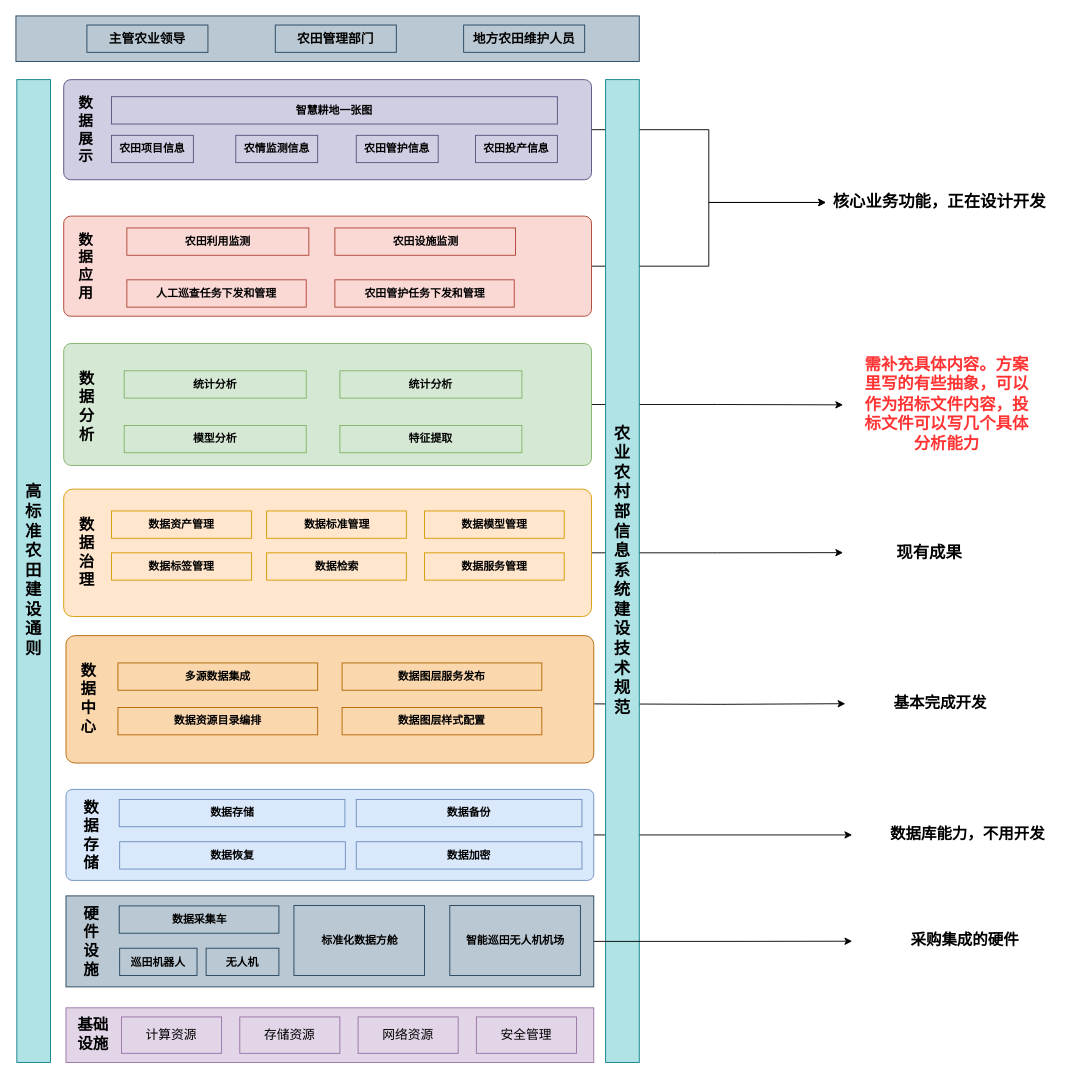
Above: page "第 2 页" (2 of 2) of 陕西项目.drawio in GISering/diagram (draw.io), before the change. Source tidied: cells renumbered, new cells numbered last; positions are measured from the earlier drawing's top-left corner, leaving out a move shared by most shapes. Both pictures are drawn from the tidied source at 91%, with x=0, y=0 at pixel (15, 15).
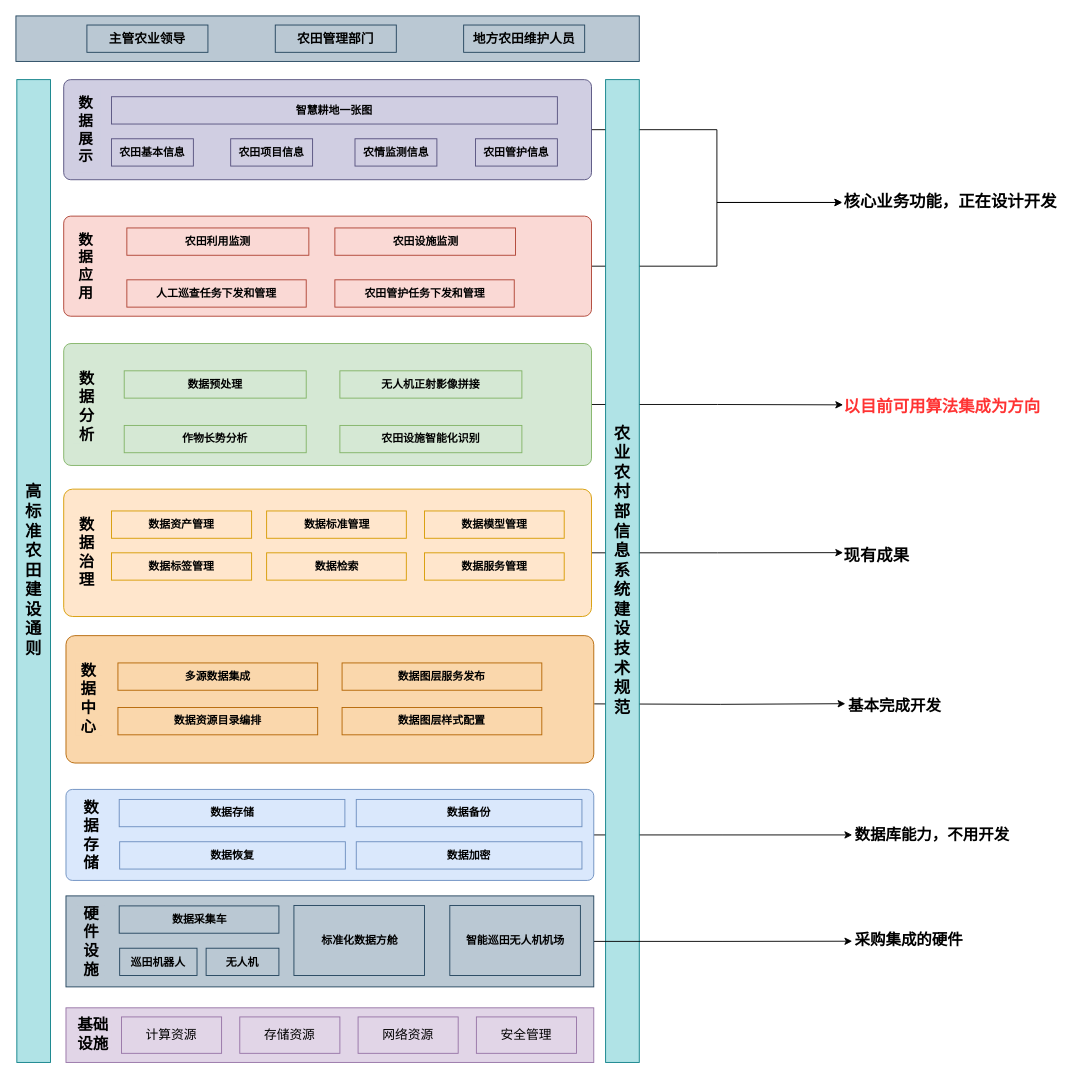
The same diagram, later.

Commit message:
更新陕西项目.drawio

Diff of the diagram source:
```diff
@@
     <mxCell id="30" value="农田项目信息" style="rounded=0;whiteSpace=wrap;html=1;fontStyle=1;fillColor=#d0cee2;strokeColor=#56517e;" parent="1" vertex="1">
-      <mxGeometry x="105" y="131.2" width="90" height="30" as="geometry" />
+      <mxGeometry x="236" y="135" width="90" height="30" as="geometry" />
     </mxCell>
-    <mxCell id="31" value="农田投产信息" style="rounded=0;whiteSpace=wrap;html=1;fontStyle=1;fillColor=#d0cee2;strokeColor=#56517e;" parent="1" vertex="1">
-      <mxGeometry x="505" y="131.2" width="90" height="30" as="geometry" />
-    </mxCell>
     <mxCell id="32" value="农情监测信息" style="rounded=0;whiteSpace=wrap;html=1;fontStyle=1;fillColor=#d0cee2;strokeColor=#56517e;" parent="1" vertex="1">
-      <mxGeometry x="241.6" y="131.2" width="90" height="30" as="geometry" />
+      <mxGeometry x="372.6" y="135" width="90" height="30" as="geometry" />
     </mxCell>
     <mxCell id="33" value="农田管护信息" style="rounded=0;whiteSpace=wrap;html=1;fontStyle=1;fillColor=#d0cee2;strokeColor=#56517e;" parent="1" vertex="1">
-      <mxGeometry x="374" y="131.2" width="90" height="30" as="geometry" />
+      <mxGeometry x="505" y="135" width="90" height="30" as="geometry" />
     </mxCell>
@@
-    <mxCell id="63" value="统计分析" style="rounded=0;whiteSpace=wrap;html=1;fontStyle=1;fillColor=#d5e8d4;strokeColor=#82b366;" parent="1" vertex="1">
+    <mxCell id="63" value="数据预处理" style="rounded=0;whiteSpace=wrap;html=1;fontStyle=1;fillColor=#d5e8d4;strokeColor=#82b366;" parent="1" vertex="1">
       <mxGeometry x="119" y="390" width="200" height="30" as="geometry" />
     </mxCell>
-    <mxCell id="64" value="现有成果" style="text;html=1;align=center;verticalAlign=middle;whiteSpace=wrap;rounded=0;fontSize=18;fontStyle=1;" parent="1" vertex="1">
-      <mxGeometry x="949" y="575" width="110" height="30" as="geometry" />
+    <mxCell id="64" value="现有成果" style="text;html=1;align=left;verticalAlign=middle;whiteSpace=wrap;rounded=0;fontSize=18;fontStyle=1;" parent="1" vertex="1">
+      <mxGeometry x="908" y="578" width="110" height="30" as="geometry" />
     </mxCell>
-    <mxCell id="65" value="基本完成开发" style="text;html=1;align=center;verticalAlign=middle;whiteSpace=wrap;rounded=0;fontSize=17;fontStyle=1;" parent="1" vertex="1">
-      <mxGeometry x="951.5" y="741" width="127.5" height="30" as="geometry" />
+    <mxCell id="65" value="基本完成开发" style="text;html=1;align=left;verticalAlign=middle;whiteSpace=wrap;rounded=0;fontSize=17;fontStyle=1;" parent="1" vertex="1">
+      <mxGeometry x="913" y="744" width="127.5" height="30" as="geometry" />
     </mxCell>
-    <mxCell id="66" value="核心业务功能，正在设计开发" style="text;html=1;align=center;verticalAlign=middle;whiteSpace=wrap;rounded=0;fontSize=18;fontStyle=1;" parent="1" vertex="1">
-      <mxGeometry x="890.2" y="190" width="250" height="30" as="geometry" />
+    <mxCell id="66" value="核心业务功能，正在设计开发" style="text;html=1;align=left;verticalAlign=middle;whiteSpace=wrap;rounded=0;fontSize=18;fontStyle=1;" parent="1" vertex="1">
+      <mxGeometry x="908" y="190" width="250" height="30" as="geometry" />
     </mxCell>
-    <mxCell id="67" value="统计分析" style="rounded=0;whiteSpace=wrap;html=1;fontStyle=1;fillColor=#d5e8d4;strokeColor=#82b366;" parent="1" vertex="1">
+    <mxCell id="67" value="无人机正射影像拼接" style="rounded=0;whiteSpace=wrap;html=1;fontStyle=1;fillColor=#d5e8d4;strokeColor=#82b366;" parent="1" vertex="1">
       <mxGeometry x="356" y="390" width="200" height="30" as="geometry" />
     </mxCell>
-    <mxCell id="68" value="特征提取" style="rounded=0;whiteSpace=wrap;html=1;fontStyle=1;fillColor=#d5e8d4;strokeColor=#82b366;" parent="1" vertex="1">
+    <mxCell id="68" value="农田设施智能化识别" style="rounded=0;whiteSpace=wrap;html=1;fontStyle=1;fillColor=#d5e8d4;strokeColor=#82b366;" parent="1" vertex="1">
       <mxGeometry x="356" y="450" width="200" height="30" as="geometry" />
     </mxCell>
-    <mxCell id="69" value="模型分析" style="rounded=0;whiteSpace=wrap;html=1;fontStyle=1;fillColor=#d5e8d4;strokeColor=#82b366;" parent="1" vertex="1">
+    <mxCell id="69" value="作物长势分析" style="rounded=0;whiteSpace=wrap;html=1;fontStyle=1;fillColor=#d5e8d4;strokeColor=#82b366;" parent="1" vertex="1">
       <mxGeometry x="119" y="450" width="200" height="30" as="geometry" />
     </mxCell>
-    <mxCell id="70" value="需补充具体内容。方案里写的有些抽象，可以作为招标文件内容，投标文件可以写几个具体分析能力" style="text;html=1;align=center;verticalAlign=middle;whiteSpace=wrap;rounded=0;fontSize=18;fontStyle=1;fontColor=#FF3333;" parent="1" vertex="1">
-      <mxGeometry x="929" y="412" width="187.5" height="30" as="geometry" />
+    <mxCell id="70" value="以目前可用算法集成为方向" style="text;html=1;align=left;verticalAlign=middle;whiteSpace=wrap;rounded=0;fontSize=18;fontStyle=1;fontColor=#FF3333;" parent="1" vertex="1">
+      <mxGeometry x="908" y="415" width="235" height="30" as="geometry" />
     </mxCell>
-    <mxCell id="71" value="数据库能力，不用开发" style="text;html=1;align=center;verticalAlign=middle;whiteSpace=wrap;rounded=0;fontSize=17;fontStyle=1;" parent="1" vertex="1">
-      <mxGeometry x="951.5" y="885" width="187.5" height="30" as="geometry" />
+    <mxCell id="71" value="数据库能力，不用开发" style="text;html=1;align=left;verticalAlign=middle;whiteSpace=wrap;rounded=0;fontSize=17;fontStyle=1;" parent="1" vertex="1">
+      <mxGeometry x="920" y="885.5" width="187.5" height="30" as="geometry" />
     </mxCell>
-    <mxCell id="72" value="采购集成的硬件" style="text;html=1;align=center;verticalAlign=middle;whiteSpace=wrap;rounded=0;fontSize=17;fontStyle=1;" parent="1" vertex="1">
-      <mxGeometry x="949" y="1001" width="187.5" height="30" as="geometry" />
+    <mxCell id="72" value="采购集成的硬件" style="text;html=1;align=left;verticalAlign=middle;whiteSpace=wrap;rounded=0;fontSize=17;fontStyle=1;" parent="1" vertex="1">
+      <mxGeometry x="920" y="1001" width="187.5" height="30" as="geometry" />
     </mxCell>
+    <mxCell id="73" value="农田基本信息" style="rounded=0;whiteSpace=wrap;html=1;fontStyle=1;fillColor=#d0cee2;strokeColor=#56517e;" parent="1" vertex="1">
+      <mxGeometry x="105" y="135" width="90" height="30" as="geometry" />
+    </mxCell>
```
